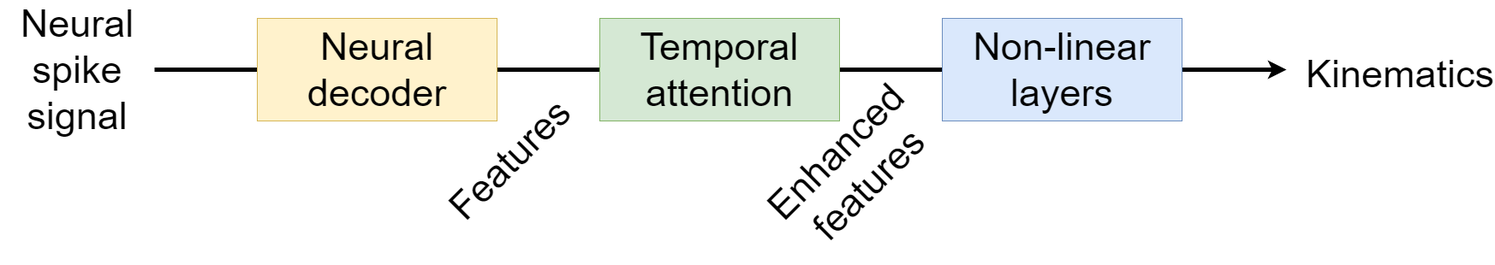
Before: Thesis_Wu/Figures/my_pipeline.png, a diagram exported from draw.io (ElektrischesSchaf/Spike_Analysis). Source tidied: cells renumbered, new cells last; positions are measured from the earlier drawing's top-left corner, leaving out a move shared by most shapes.
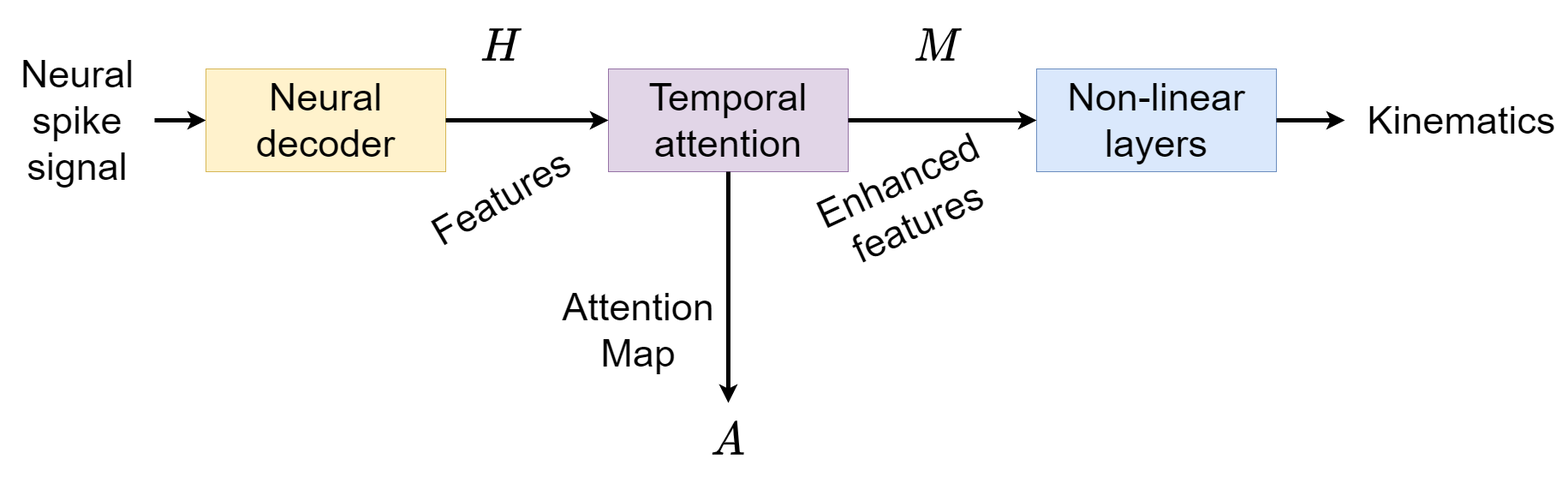
After the change.

Change to the diagram source:
```diff
@@ -1,32 +1,56 @@
-<mxGraphModel>
+<mxGraphModel math="1">
   <root>
     <mxCell id="0" />
     <mxCell id="1" parent="0" />
-    <mxCell id="2" style="endArrow=classic;html=1;fontSize=45;strokeWidth=5;exitX=1;exitY=0.5;exitDx=0;exitDy=0;" parent="1" edge="1" source="3">
-      <mxGeometry relative="1" as="geometry">
-        <mxPoint x="1502" y="60" as="targetPoint" />
-      </mxGeometry>
+    <mxCell id="2" style="endArrow=classic;html=1;fontSize=45;strokeWidth=5;exitX=1;exitY=0.5;exitDx=0;exitDy=0;entryX=0;entryY=0.5;entryDx=0;entryDy=0;" parent="1" edge="1" source="3" target="4">
+      <mxGeometry relative="1" as="geometry" />
     </mxCell>
     <mxCell id="3" value="Neural&lt;br&gt;spike&lt;br&gt;signal" style="text;html=1;strokeColor=none;fillColor=none;align=center;verticalAlign=middle;whiteSpace=wrap;rounded=0;fontSize=45;" parent="1" vertex="1">
-      <mxGeometry y="25" width="180" height="70" as="geometry" />
+      <mxGeometry x="-10" y="25" width="180" height="70" as="geometry" />
     </mxCell>
     <mxCell id="4" value="Neural&lt;br&gt;decoder" style="rounded=0;whiteSpace=wrap;html=1;fontSize=45;fillColor=#fff2cc;strokeColor=#d6b656;" parent="1" vertex="1">
-      <mxGeometry x="300" width="280" height="120" as="geometry" />
+      <mxGeometry x="230" width="280" height="120" as="geometry" />
     </mxCell>
-    <mxCell id="5" value="Temporal&lt;br&gt;attention" style="rounded=0;whiteSpace=wrap;html=1;fontSize=45;fillColor=#d5e8d4;strokeColor=#82b366;" parent="1" vertex="1">
+    <mxCell id="5" value="Temporal&lt;br&gt;attention" style="rounded=0;whiteSpace=wrap;html=1;fontSize=45;fillColor=#e1d5e7;strokeColor=#9673a6;" parent="1" vertex="1">
       <mxGeometry x="700" width="280" height="120" as="geometry" />
     </mxCell>
     <mxCell id="6" value="Non-linear&lt;br&gt;layers" style="rounded=0;whiteSpace=wrap;html=1;fontSize=45;fillColor=#dae8fc;strokeColor=#6c8ebf;" parent="1" vertex="1">
-      <mxGeometry x="1100" width="280" height="120" as="geometry" />
+      <mxGeometry x="1200" width="280" height="120" as="geometry" />
     </mxCell>
-    <mxCell id="7" value="Features" style="text;html=1;strokeColor=none;fillColor=none;align=center;verticalAlign=middle;whiteSpace=wrap;rounded=0;fontSize=45;rotation=-45;" parent="1" vertex="1">
-      <mxGeometry x="490" y="110" width="210" height="110" as="geometry" />
+    <mxCell id="7" value="Features" style="text;html=1;strokeColor=none;fillColor=none;align=center;verticalAlign=middle;whiteSpace=wrap;rounded=0;fontSize=45;rotation=-30;" parent="1" vertex="1">
+      <mxGeometry x="470" y="95" width="210" height="110" as="geometry" />
     </mxCell>
-    <mxCell id="8" value="Enhanced&lt;br&gt;features" style="text;html=1;strokeColor=none;fillColor=none;align=center;verticalAlign=middle;whiteSpace=wrap;rounded=0;fontSize=45;rotation=-45;" parent="1" vertex="1">
-      <mxGeometry x="890" y="120" width="210" height="110" as="geometry" />
+    <mxCell id="8" value="Enhanced&lt;br&gt;features" style="text;html=1;strokeColor=none;fillColor=none;align=center;verticalAlign=middle;whiteSpace=wrap;rounded=0;fontSize=45;rotation=-25;" parent="1" vertex="1">
+      <mxGeometry x="945" y="100" width="210" height="110" as="geometry" />
     </mxCell>
-    <mxCell id="9" value="Kinematics" style="text;html=1;strokeColor=none;fillColor=none;align=center;verticalAlign=middle;whiteSpace=wrap;rounded=0;fontSize=45;" parent="1" vertex="1">
-      <mxGeometry x="1530" y="10" width="210" height="110" as="geometry" />
+    <mxCell id="9" value="&amp;nbsp;Kinematics" style="text;html=1;strokeColor=none;fillColor=none;align=center;verticalAlign=middle;whiteSpace=wrap;rounded=0;fontSize=45;" parent="1" vertex="1">
+      <mxGeometry x="1560" y="7.5" width="260" height="105" as="geometry" />
     </mxCell>
+    <mxCell id="10" style="endArrow=classic;html=1;fontSize=45;strokeWidth=5;exitX=1;exitY=0.5;exitDx=0;exitDy=0;entryX=0;entryY=0.5;entryDx=0;entryDy=0;" parent="1" edge="1" source="4" target="5">
+      <mxGeometry relative="1" as="geometry" />
+    </mxCell>
+    <mxCell id="11" value="$$H$$" style="text;html=1;strokeColor=none;fillColor=none;align=center;verticalAlign=middle;whiteSpace=wrap;rounded=0;fontSize=45;rotation=0;" parent="1" vertex="1">
+      <mxGeometry x="470" y="-80" width="210" height="110" as="geometry" />
+    </mxCell>
+    <mxCell id="12" style="endArrow=classic;html=1;fontSize=45;strokeWidth=5;exitX=1;exitY=0.5;exitDx=0;exitDy=0;entryX=0;entryY=0.5;entryDx=0;entryDy=0;" parent="1" edge="1" source="5" target="6">
+      <mxGeometry relative="1" as="geometry" />
+    </mxCell>
+    <mxCell id="13" value="$$M$$" style="text;html=1;strokeColor=none;fillColor=none;align=center;verticalAlign=middle;whiteSpace=wrap;rounded=0;fontSize=45;rotation=0;" parent="1" vertex="1">
+      <mxGeometry x="980" y="-80" width="210" height="110" as="geometry" />
+    </mxCell>
+    <mxCell id="14" style="endArrow=classic;html=1;fontSize=45;strokeWidth=5;exitX=0.5;exitY=1;exitDx=0;exitDy=0;" parent="1" edge="1" source="5">
+      <mxGeometry relative="1" as="geometry">
+        <mxPoint x="840" y="390" as="targetPoint" />
+      </mxGeometry>
+    </mxCell>
+    <mxCell id="15" value="Attention Map" style="text;html=1;strokeColor=none;fillColor=none;align=center;verticalAlign=middle;whiteSpace=wrap;rounded=0;fontSize=45;rotation=0;" parent="1" vertex="1">
+      <mxGeometry x="630" y="250" width="210" height="110" as="geometry" />
+    </mxCell>
+    <mxCell id="16" value="$$A$$" style="text;html=1;strokeColor=none;fillColor=none;align=center;verticalAlign=middle;whiteSpace=wrap;rounded=0;fontSize=45;rotation=0;" parent="1" vertex="1">
+      <mxGeometry x="735" y="380" width="210" height="110" as="geometry" />
+    </mxCell>
+    <mxCell id="17" style="endArrow=classic;html=1;fontSize=45;strokeWidth=5;exitX=1;exitY=0.5;exitDx=0;exitDy=0;" parent="1" edge="1" source="6" target="9">
+      <mxGeometry relative="1" as="geometry" />
+    </mxCell>
   </root>
 </mxGraphModel>
```
